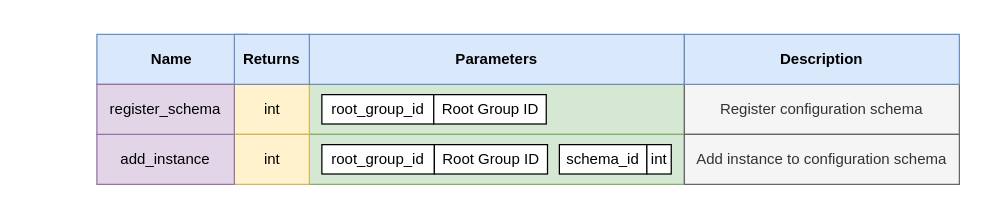
LasseRosenow/riot-runtime-config keeps this draw.io diagram as doc/drawio/api/api_structure_setup_schema.drawio. Above is the earlier version. Source tidied: cells renumbered, new cells numbered last; positions are measured from the earlier drawing's top-left corner, leaving out a move shared by most shapes. Both pictures are drawn from the tidied source at 125%, with x=0, y=0 at pixel (96, 34).
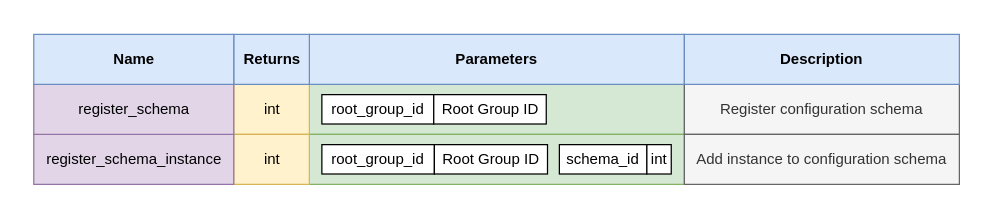
After the change.

Change to the diagram source:
```diff
@@
+    <mxCell id="20" style="rounded=0;whiteSpace=wrap;html=1;strokeColor=none;" parent="1" vertex="1">
+      <mxGeometry x="-60.5" y="-10" width="760" height="140" as="geometry" />
+    </mxCell>
@@
-    <mxCell id="12" value="&lt;b&gt;Name&lt;/b&gt;" style="rounded=0;whiteSpace=wrap;html=1;align=center;fillColor=#dae8fc;strokeColor=#6c8ebf;" parent="1" vertex="1">
-      <mxGeometry width="120" height="40" as="geometry" />
-    </mxCell>
@@
     <mxCell id="14" value="&lt;b&gt;Returns&lt;/b&gt;" style="rounded=0;whiteSpace=wrap;html=1;align=center;fillColor=#dae8fc;strokeColor=#6c8ebf;" parent="1" vertex="1">
-      <mxGeometry x="110" width="60" height="40" as="geometry" />
+      <mxGeometry x="109.5" width="60.5" height="40" as="geometry" />
     </mxCell>
-    <mxCell id="15" value="add_instance" style="rounded=0;whiteSpace=wrap;html=1;fillColor=#e1d5e7;strokeColor=#9673a6;" parent="1" vertex="1">
-      <mxGeometry y="80" width="110" height="40" as="geometry" />
+    <mxCell id="15" value="register_schema_instance" style="rounded=0;whiteSpace=wrap;html=1;fillColor=#e1d5e7;strokeColor=#9673a6;" parent="1" vertex="1">
+      <mxGeometry x="-50.5" y="80" width="160" height="40" as="geometry" />
     </mxCell>
     <mxCell id="16" value="register_schema" style="rounded=0;whiteSpace=wrap;html=1;fillColor=#e1d5e7;strokeColor=#9673a6;" parent="1" vertex="1">
-      <mxGeometry y="40" width="110" height="40" as="geometry" />
+      <mxGeometry x="-50.5" y="40" width="160" height="40" as="geometry" />
     </mxCell>
@@
+    <mxCell id="12" value="&lt;b&gt;Name&lt;/b&gt;" style="rounded=0;whiteSpace=wrap;html=1;align=center;fillColor=#dae8fc;strokeColor=#6c8ebf;" parent="1" vertex="1">
+      <mxGeometry x="-50.5" width="160" height="40" as="geometry" />
+    </mxCell>
```
